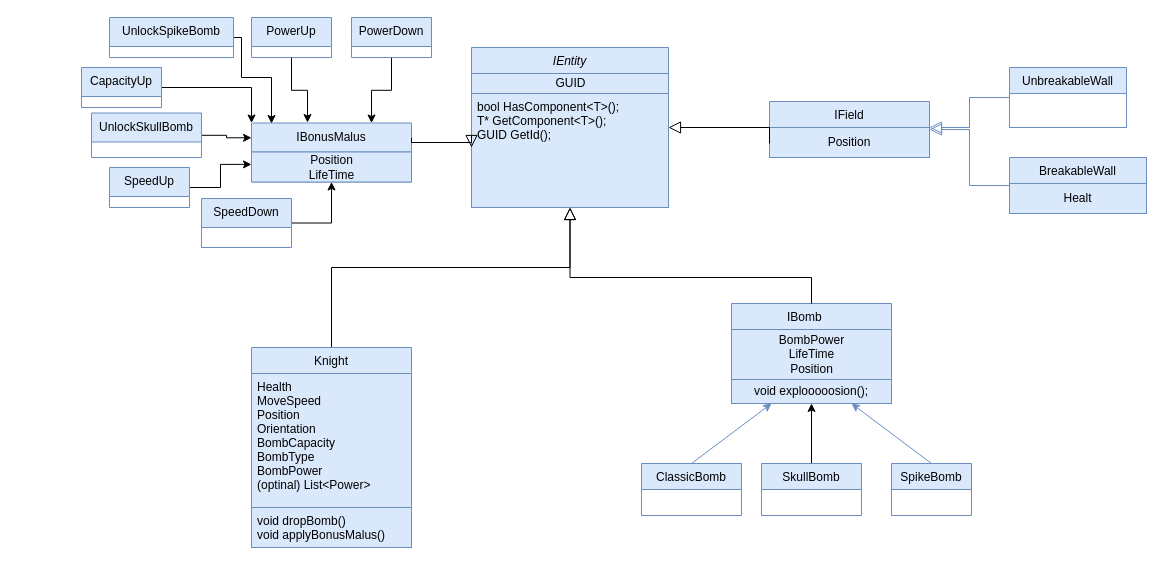
Above: page "Entity" (1 of 4) of UMLGeneralFramework.drawio in Kragoum/BomberKnight (draw.io), before the change. Source tidied: cells renumbered, new cells numbered last; positions are measured from the earlier drawing's top-left corner, leaving out a move shared by most shapes. Both pictures are drawn from the tidied source at 100%, with x=0, y=0 at pixel (81, 17).
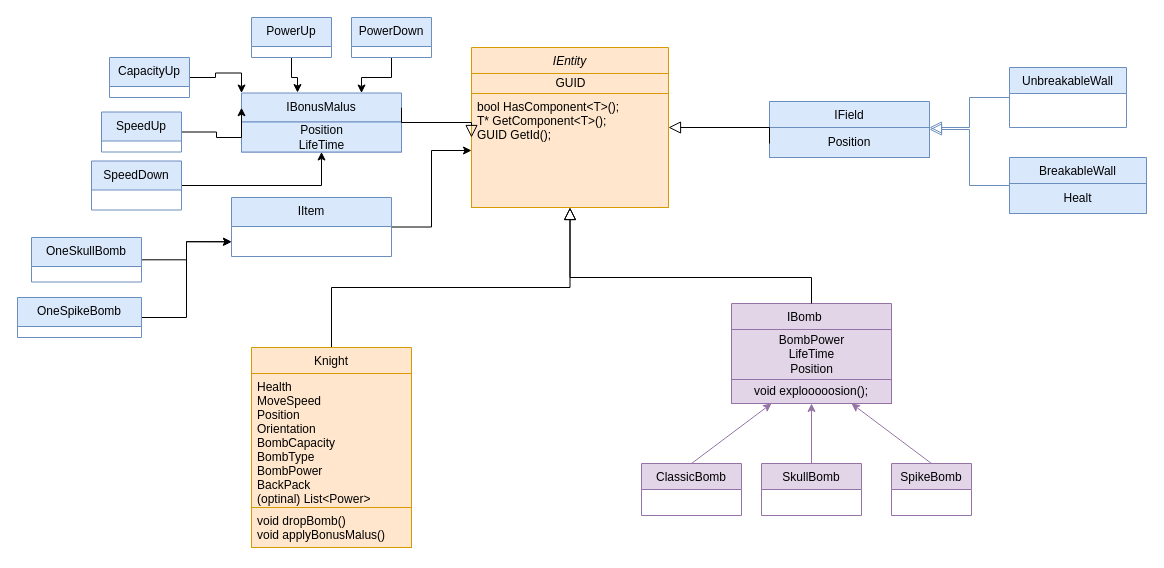
After the change.

The change refers to these unchanged cells:
```xml
<mxCell id="29" value="Position&lt;br&gt;LifeTime" style="text;html=1;align=center;verticalAlign=middle;points=[];fillColor=#dae8fc;strokeColor=#6c8ebf;" parent="28" vertex="1">
  <mxGeometry y="29" width="160" height="30" as="geometry" />
</mxCell>
```

Change to the diagram source:
```diff
@@
-    <mxCell id="2" value="IEntity" style="swimlane;fontStyle=2;align=center;verticalAlign=top;horizontal=1;startSize=26;rounded=0;shadow=0;strokeWidth=1;fillColor=#dae8fc;strokeColor=#6c8ebf;" parent="1" vertex="1">
+    <mxCell id="2" value="IEntity" style="swimlane;fontStyle=2;align=center;verticalAlign=top;horizontal=1;startSize=26;rounded=0;shadow=0;strokeWidth=1;fillColor=#ffe6cc;strokeColor=#d79b00;" parent="1" vertex="1">
       <mxGeometry x="390" y="30" width="197" height="160" as="geometry" />
     </mxCell>
-    <mxCell id="3" value="GUID" style="text;html=1;align=center;verticalAlign=middle;strokeColor=#6c8ebf;fillColor=#dae8fc;" parent="2" vertex="1">
+    <mxCell id="3" value="GUID" style="text;html=1;align=center;verticalAlign=middle;strokeColor=#d79b00;fillColor=#ffe6cc;" parent="2" vertex="1">
       <mxGeometry y="26" width="197" height="20" as="geometry" />
     </mxCell>
-    <mxCell id="4" value="bool HasComponent&lt;T&gt;();&#10;T* GetComponent&lt;T&gt;();&#10;GUID GetId();" style="text;align=left;verticalAlign=top;spacingLeft=4;spacingRight=4;overflow=hidden;points=[[0,0.5],[1,0.5]];portConstraint=eastwest;strokeColor=#6c8ebf;fillColor=#dae8fc;" parent="2" vertex="1">
+    <mxCell id="4" value="bool HasComponent&lt;T&gt;();&#10;T* GetComponent&lt;T&gt;();&#10;GUID GetId();" style="text;align=left;verticalAlign=top;spacingLeft=4;spacingRight=4;overflow=hidden;points=[[0,0.5],[1,0.5]];portConstraint=eastwest;strokeColor=#d79b00;fillColor=#ffe6cc;" parent="2" vertex="1">
       <mxGeometry y="46" width="197" height="114" as="geometry" />
     </mxCell>
     <mxCell id="5" style="endArrow=block;endSize=10;endFill=0;shadow=0;strokeWidth=1;rounded=0;edgeStyle=elbowEdgeStyle;elbow=vertical;exitX=0.5;exitY=0;exitDx=0;exitDy=0;entryX=0.5;entryY=1;entryDx=0;entryDy=0;" parent="1" edge="1" source="25" target="2">
       <mxGeometry relative="1" as="geometry">
         <Array as="points">
-          <mxPoint x="490" y="250" />
+          <mxPoint x="380" y="270" />
         </Array>
       </mxGeometry>
     </mxCell>
@@
-    <mxCell id="14" value="IBomb    " style="swimlane;fontStyle=0;align=center;verticalAlign=top;horizontal=1;startSize=26;rounded=0;shadow=0;strokeWidth=1;fillColor=#dae8fc;strokeColor=#6c8ebf;" parent="1" vertex="1">
+    <mxCell id="14" value="IBomb    " style="swimlane;fontStyle=0;align=center;verticalAlign=top;horizontal=1;startSize=26;rounded=0;shadow=0;strokeWidth=1;fillColor=#e1d5e7;strokeColor=#9673a6;" parent="1" vertex="1">
       <mxGeometry x="650" y="286" width="160" height="100" as="geometry" />
     </mxCell>
-    <mxCell id="15" value="&lt;span style=&quot;text-align: left;&quot;&gt;BombPower&lt;/span&gt;&lt;br&gt;LifeTime&lt;br&gt;Position" style="text;html=1;align=center;verticalAlign=middle;strokeColor=#6c8ebf;fillColor=#dae8fc;" parent="14" vertex="1">
+    <mxCell id="15" value="&lt;span style=&quot;text-align: left;&quot;&gt;BombPower&lt;/span&gt;&lt;br&gt;LifeTime&lt;br&gt;Position" style="text;html=1;align=center;verticalAlign=middle;strokeColor=#9673a6;fillColor=#e1d5e7;" parent="14" vertex="1">
       <mxGeometry y="26" width="160" height="50" as="geometry" />
     </mxCell>
-    <mxCell id="16" style="edgeStyle=orthogonalEdgeStyle;rounded=0;jettySize=auto;html=1;exitX=0.75;exitY=1;exitDx=0;exitDy=0;entryX=0.75;entryY=1;entryDx=0;entryDy=0;fillColor=#dae8fc;strokeColor=#6c8ebf;" parent="14" edge="1" source="17" target="14">
+    <mxCell id="16" style="edgeStyle=orthogonalEdgeStyle;rounded=0;jettySize=auto;html=1;exitX=0.75;exitY=1;exitDx=0;exitDy=0;entryX=0.75;entryY=1;entryDx=0;entryDy=0;fillColor=#e1d5e7;strokeColor=#9673a6;" parent="14" edge="1" source="17" target="14">
       <mxGeometry relative="1" as="geometry" />
     </mxCell>
-    <mxCell id="17" value="void explooooosion();" style="rounded=0;whiteSpace=wrap;html=1;fillColor=#dae8fc;strokeColor=#6c8ebf;" parent="14" vertex="1">
+    <mxCell id="17" value="void explooooosion();" style="rounded=0;whiteSpace=wrap;html=1;fillColor=#e1d5e7;strokeColor=#9673a6;" parent="14" vertex="1">
       <mxGeometry y="76" width="160" height="24" as="geometry" />
     </mxCell>
@@
-    <mxCell id="19" value="ClassicBomb" style="swimlane;fontStyle=0;align=center;verticalAlign=top;horizontal=1;startSize=26;rounded=0;shadow=0;strokeWidth=1;fillColor=#dae8fc;strokeColor=#6c8ebf;" parent="1" vertex="1">
+    <mxCell id="19" value="ClassicBomb" style="swimlane;fontStyle=0;align=center;verticalAlign=top;horizontal=1;startSize=26;rounded=0;shadow=0;strokeWidth=1;fillColor=#e1d5e7;strokeColor=#9673a6;" parent="1" vertex="1">
       <mxGeometry x="560" y="446" width="100" height="52" as="geometry" />
     </mxCell>
-    <mxCell id="20" value="SpikeBomb" style="swimlane;fontStyle=0;align=center;verticalAlign=top;horizontal=1;startSize=26;rounded=0;shadow=0;strokeWidth=1;fillColor=#dae8fc;strokeColor=#6c8ebf;" parent="1" vertex="1">
+    <mxCell id="20" value="SpikeBomb" style="swimlane;fontStyle=0;align=center;verticalAlign=top;horizontal=1;startSize=26;rounded=0;shadow=0;strokeWidth=1;fillColor=#e1d5e7;strokeColor=#9673a6;" parent="1" vertex="1">
       <mxGeometry x="810" y="446" width="80" height="52" as="geometry" />
     </mxCell>
-    <mxCell id="21" style="endArrow=classic;html=1;rounded=0;entryX=0.25;entryY=1;entryDx=0;entryDy=0;exitX=0.5;exitY=0;exitDx=0;exitDy=0;fillColor=#dae8fc;strokeColor=#6c8ebf;" parent="1" edge="1" source="19" target="14">
+    <mxCell id="21" style="endArrow=classic;html=1;rounded=0;entryX=0.25;entryY=1;entryDx=0;entryDy=0;exitX=0.5;exitY=0;exitDx=0;exitDy=0;fillColor=#e1d5e7;strokeColor=#9673a6;" parent="1" edge="1" source="19" target="14">
       <mxGeometry relative="1" as="geometry" />
     </mxCell>
-    <mxCell id="22" style="endArrow=classic;html=1;rounded=0;entryX=0.75;entryY=1;entryDx=0;entryDy=0;exitX=0.5;exitY=0;exitDx=0;exitDy=0;fillColor=#dae8fc;strokeColor=#6c8ebf;" parent="1" edge="1" source="20" target="17">
+    <mxCell id="22" style="endArrow=classic;html=1;rounded=0;entryX=0.75;entryY=1;entryDx=0;entryDy=0;exitX=0.5;exitY=0;exitDx=0;exitDy=0;fillColor=#e1d5e7;strokeColor=#9673a6;" parent="1" edge="1" source="20" target="17">
       <mxGeometry relative="1" as="geometry" />
     </mxCell>
-    <mxCell id="23" style="edgeStyle=orthogonalEdgeStyle;rounded=0;jettySize=auto;html=1;entryX=0.5;entryY=1;entryDx=0;entryDy=0;" parent="1" edge="1" source="24" target="14">
+    <mxCell id="23" style="edgeStyle=orthogonalEdgeStyle;rounded=0;jettySize=auto;html=1;entryX=0.5;entryY=1;entryDx=0;entryDy=0;fillColor=#e1d5e7;strokeColor=#9673a6;" parent="1" edge="1" source="24" target="14">
       <mxGeometry relative="1" as="geometry" />
     </mxCell>
-    <mxCell id="24" value="SkullBomb" style="swimlane;fontStyle=0;align=center;verticalAlign=top;horizontal=1;startSize=26;rounded=0;shadow=0;strokeWidth=1;fillColor=#dae8fc;strokeColor=#6c8ebf;" parent="1" vertex="1">
+    <mxCell id="24" value="SkullBomb" style="swimlane;fontStyle=0;align=center;verticalAlign=top;horizontal=1;startSize=26;rounded=0;shadow=0;strokeWidth=1;fillColor=#e1d5e7;strokeColor=#9673a6;" parent="1" vertex="1">
       <mxGeometry x="680" y="446" width="100" height="52" as="geometry" />
     </mxCell>
-    <mxCell id="25" value="Knight" style="swimlane;fontStyle=0;align=center;verticalAlign=top;horizontal=1;startSize=26;rounded=0;shadow=0;strokeWidth=1;fillColor=#dae8fc;strokeColor=#6c8ebf;" parent="1" vertex="1">
+    <mxCell id="25" value="Knight" style="swimlane;fontStyle=0;align=center;verticalAlign=top;horizontal=1;startSize=26;rounded=0;shadow=0;strokeWidth=1;fillColor=#ffe6cc;strokeColor=#d79b00;" parent="1" vertex="1">
       <mxGeometry x="170" y="330" width="160" height="200" as="geometry" />
     </mxCell>
-    <mxCell id="26" value="Health&#10;MoveSpeed&#10;Position&#10;Orientation&#10;BombCapacity&#10;BombType&#10;BombPower&#10;(optinal) List&lt;Power&gt;" style="text;align=left;verticalAlign=top;spacingLeft=4;spacingRight=4;overflow=hidden;fillColor=#dae8fc;strokeColor=#6c8ebf;" parent="25" vertex="1">
+    <mxCell id="26" value="Health&#10;MoveSpeed&#10;Position&#10;Orientation&#10;BombCapacity&#10;BombType&#10;BombPower&#10;BackPack&#10;(optinal) List&lt;Power&gt;" style="text;align=left;verticalAlign=top;spacingLeft=4;spacingRight=4;overflow=hidden;fillColor=#ffe6cc;strokeColor=#d79b00;" parent="25" vertex="1">
       <mxGeometry y="26" width="160" height="134" as="geometry" />
     </mxCell>
-    <mxCell id="27" value="void dropBomb()&#10;void applyBonusMalus()" style="text;align=left;verticalAlign=top;spacingLeft=4;spacingRight=4;overflow=hidden;fillColor=#dae8fc;strokeColor=#6c8ebf;" parent="25" vertex="1">
+    <mxCell id="27" value="void dropBomb()&#10;void applyBonusMalus()" style="text;align=left;verticalAlign=top;spacingLeft=4;spacingRight=4;overflow=hidden;fillColor=#ffe6cc;strokeColor=#d79b00;" parent="25" vertex="1">
       <mxGeometry y="160" width="160" height="40" as="geometry" />
     </mxCell>
     <mxCell id="28" value="IBonusMalus" style="swimlane;fontStyle=0;align=center;verticalAlign=top;horizontal=1;startSize=29;rounded=0;shadow=0;strokeWidth=1;fillColor=#dae8fc;strokeColor=#6c8ebf;" parent="1" vertex="1">
-      <mxGeometry x="170" y="105.5" width="160" height="59" as="geometry" />
+      <mxGeometry x="160" y="75.5" width="160" height="59" as="geometry" />
     </mxCell>
@@
     <mxCell id="30" style="endArrow=block;endSize=10;endFill=0;shadow=0;strokeWidth=1;rounded=0;edgeStyle=elbowEdgeStyle;elbow=vertical;exitX=1;exitY=0.25;exitDx=0;exitDy=0;" parent="1" edge="1" source="28">
       <mxGeometry relative="1" as="geometry">
-        <mxPoint x="390" y="130" as="targetPoint" />
+        <mxPoint x="390" y="120" as="targetPoint" />
       </mxGeometry>
     </mxCell>
@@
-    <mxCell id="33" style="edgeStyle=orthogonalEdgeStyle;rounded=0;jettySize=auto;html=1;entryX=0;entryY=0.413;entryDx=0;entryDy=0;entryPerimeter=0;" parent="1" edge="1" source="34" target="29">
-      <mxGeometry relative="1" as="geometry" />
+    <mxCell id="33" style="edgeStyle=orthogonalEdgeStyle;rounded=0;jettySize=auto;html=1;entryX=0;entryY=0.25;entryDx=0;entryDy=0;" parent="1" edge="1" source="34" target="28">
+      <mxGeometry relative="1" as="geometry">
+        <Array as="points">
+          <mxPoint x="135" y="115" />
+          <mxPoint x="135" y="120" />
+        </Array>
+      </mxGeometry>
     </mxCell>
     <mxCell id="34" value="SpeedUp" style="swimlane;fontStyle=0;align=center;verticalAlign=top;horizontal=1;startSize=29;rounded=0;shadow=0;strokeWidth=1;fillColor=#dae8fc;strokeColor=#6c8ebf;" parent="1" vertex="1">
-      <mxGeometry x="28" y="150" width="80" height="40" as="geometry" />
+      <mxGeometry x="20" y="94.5" width="80" height="40" as="geometry" />
     </mxCell>
@@
     <mxCell id="36" value="SpeedDown" style="swimlane;fontStyle=0;align=center;verticalAlign=top;horizontal=1;startSize=29;rounded=0;shadow=0;strokeWidth=1;fillColor=#dae8fc;strokeColor=#6c8ebf;" parent="1" vertex="1">
-      <mxGeometry x="120" y="181" width="90" height="49" as="geometry" />
+      <mxGeometry x="10" y="143.5" width="90" height="49" as="geometry" />
     </mxCell>
@@
     <mxCell id="38" value="CapacityUp" style="swimlane;fontStyle=0;align=center;verticalAlign=top;horizontal=1;startSize=29;rounded=0;shadow=0;strokeWidth=1;fillColor=#dae8fc;strokeColor=#6c8ebf;" parent="1" vertex="1">
-      <mxGeometry y="50" width="80" height="40" as="geometry" />
+      <mxGeometry x="28" y="40" width="80" height="40" as="geometry" />
     </mxCell>
-    <mxCell id="39" style="edgeStyle=orthogonalEdgeStyle;rounded=0;jettySize=auto;html=1;entryX=0.119;entryY=-0.008;entryDx=0;entryDy=0;entryPerimeter=0;" parent="1" edge="1" source="40" target="28">
-      <mxGeometry relative="1" as="geometry">
-        <Array as="points">
-          <mxPoint x="160" y="20" />
-          <mxPoint x="160" y="60" />
-          <mxPoint x="190" y="60" />
-          <mxPoint x="190" y="106" />
-        </Array>
-      </mxGeometry>
-    </mxCell>
+    <mxCell id="45" style="edgeStyle=orthogonalEdgeStyle;rounded=0;jettySize=auto;html=1;entryX=0;entryY=0.75;entryDx=0;entryDy=0;" parent="1" edge="1" source="40" target="48">
+      <mxGeometry relative="1" as="geometry" />
+    </mxCell>
-    <mxCell id="40" value="UnlockSpikeBomb" style="swimlane;fontStyle=0;align=center;verticalAlign=top;horizontal=1;startSize=29;rounded=0;shadow=0;strokeWidth=1;fillColor=#dae8fc;strokeColor=#6c8ebf;" parent="1" vertex="1">
-      <mxGeometry x="28" width="124" height="40" as="geometry" />
+    <mxCell id="40" value="OneSpikeBomb" style="swimlane;fontStyle=0;align=center;verticalAlign=top;horizontal=1;startSize=29;rounded=0;shadow=0;strokeWidth=1;fillColor=#dae8fc;strokeColor=#6c8ebf;" parent="1" vertex="1">
+      <mxGeometry x="-64" y="280" width="124" height="40" as="geometry" />
     </mxCell>
@@
-    <mxCell id="43" style="edgeStyle=orthogonalEdgeStyle;rounded=0;jettySize=auto;html=1;entryX=0;entryY=0.25;entryDx=0;entryDy=0;" parent="1" edge="1" source="44" target="28">
-      <mxGeometry relative="1" as="geometry" />
-    </mxCell>
+    <mxCell id="46" style="edgeStyle=orthogonalEdgeStyle;rounded=0;jettySize=auto;html=1;entryX=0;entryY=0.75;entryDx=0;entryDy=0;" parent="1" edge="1" source="44" target="48">
+      <mxGeometry relative="1" as="geometry" />
+    </mxCell>
-    <mxCell id="44" value="UnlockSkullBomb" style="swimlane;fontStyle=0;align=center;verticalAlign=top;horizontal=1;startSize=29;rounded=0;shadow=0;strokeWidth=1;fillColor=#dae8fc;strokeColor=#6c8ebf;" parent="1" vertex="1">
-      <mxGeometry x="10" y="95.5" width="110" height="44.5" as="geometry" />
+    <mxCell id="44" value="OneSkullBomb" style="swimlane;fontStyle=0;align=center;verticalAlign=top;horizontal=1;startSize=29;rounded=0;shadow=0;strokeWidth=1;fillColor=#dae8fc;strokeColor=#6c8ebf;" parent="1" vertex="1">
+      <mxGeometry x="-50" y="220" width="110" height="44.5" as="geometry" />
     </mxCell>
+    <mxCell id="47" style="edgeStyle=orthogonalEdgeStyle;rounded=0;jettySize=auto;html=1;" parent="1" edge="1" source="48" target="4">
+      <mxGeometry relative="1" as="geometry" />
+    </mxCell>
+    <mxCell id="48" value="IItem" style="swimlane;fontStyle=0;align=center;verticalAlign=top;horizontal=1;startSize=29;rounded=0;shadow=0;strokeWidth=1;fillColor=#dae8fc;strokeColor=#6c8ebf;" parent="1" vertex="1">
+      <mxGeometry x="150" y="180" width="160" height="59" as="geometry" />
+    </mxCell>
```
